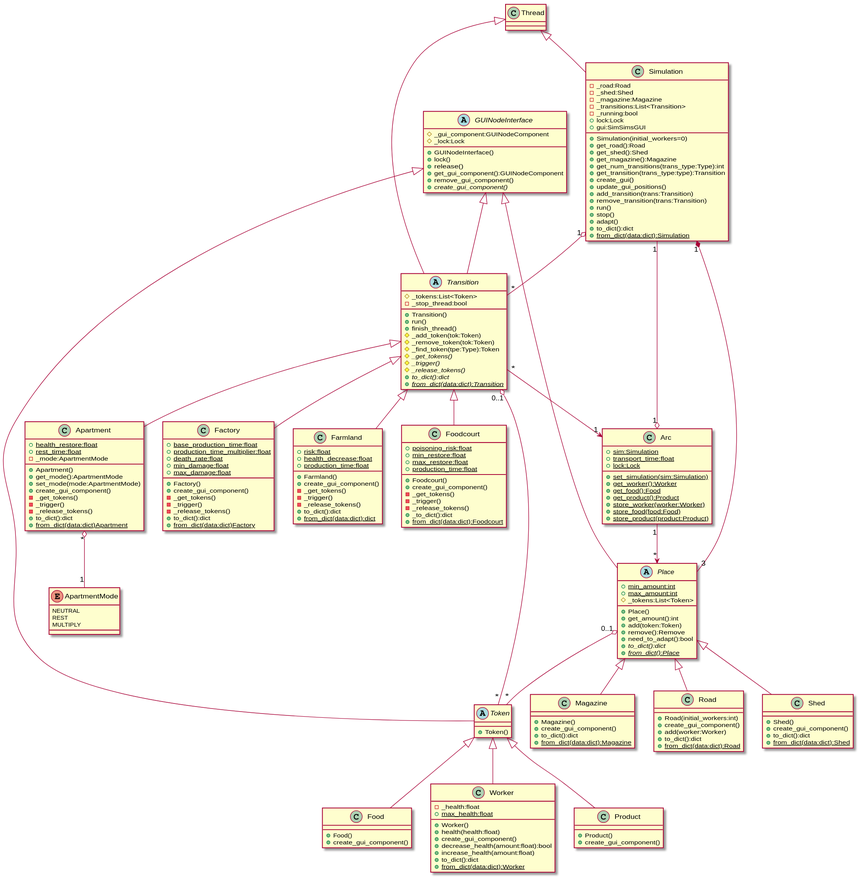
vigge93-BTH-courses/DV1582-Programmering-fortsattningskurs keeps this PlantUML diagram as OU3/UML/SimSimUML.svg. Above is the earlier version.
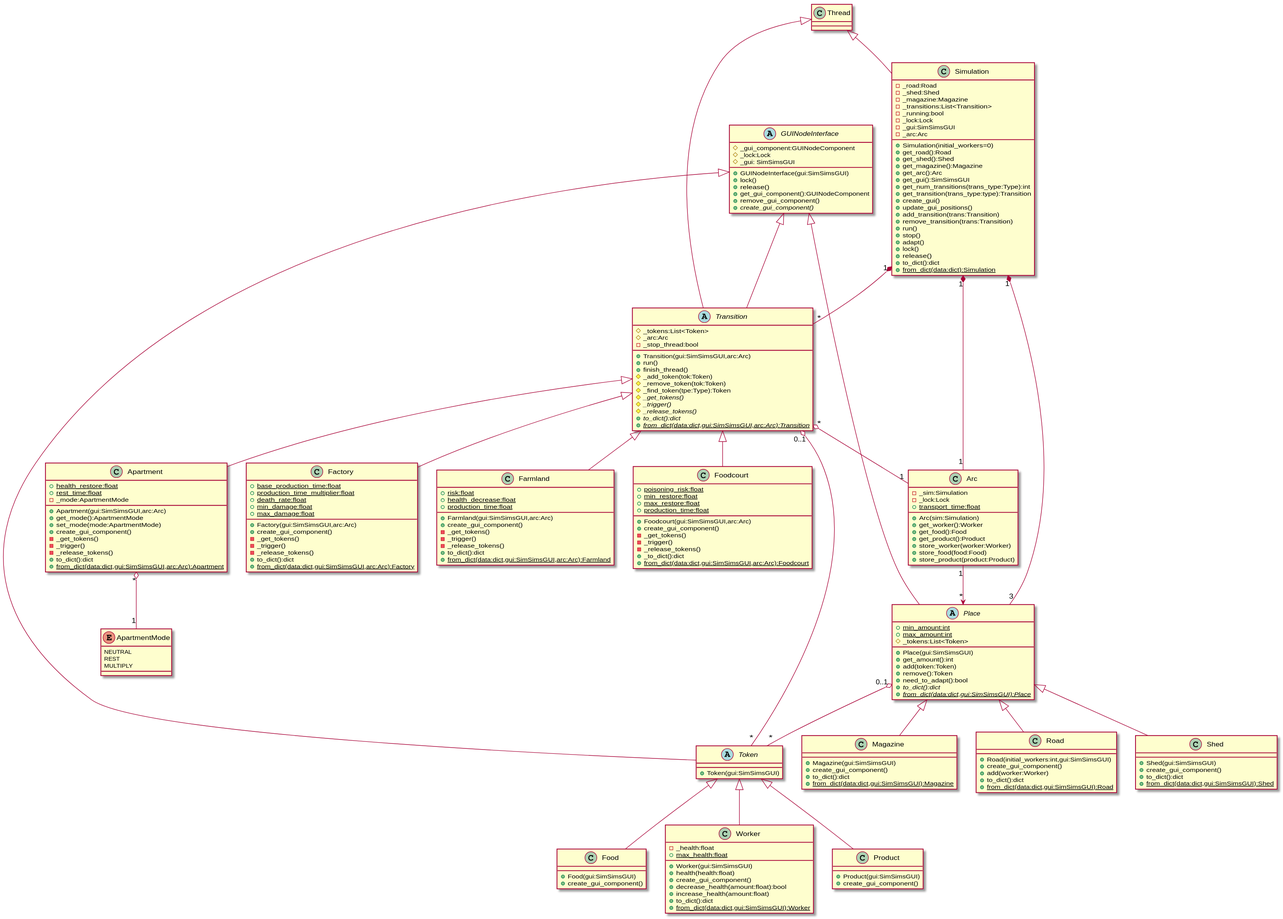
After the commit.

Commit message:
Made gui and arc non-static to allow multiple simulations at the same time

The edit, as a diff of the source:
```diff
@@ -27,12 +27,15 @@
 Simulation : - _magazine:Magazine
 Simulation : - _transitions:List<Transition>
 Simulation : - _running:bool
-Simulation : + lock:Lock
-Simulation : + gui:SimSimsGUI
+Simulation : - _lock:Lock
+Simulation : - _gui:SimSimsGUI
+Simulation : - _arc:Arc
 Simulation : + Simulation(initial_workers=0)
 Simulation : + get_road():Road
 Simulation : + get_shed():Shed
 Simulation : + get_magazine():Magazine
+Simulation : + get_arc():Arc
+Simulation : + get_gui():SimSimsGUI
 Simulation : + get_num_transitions(trans_type:Type):int
 Simulation : + get_transition(trans_type:type):Transition
 Simulation : + create_gui()
@@ -42,23 +45,26 @@
 Simulation : + run()
 Simulation : + stop()
 Simulation : + adapt()
+Simulation : + lock()
+Simulation : + release()
 Simulation : + to_dict():dict
 Simulation : {static} + from_dict(data:dict):Simulation
 
-Arc : {static} + sim:Simulation
+Arc : - _sim:Simulation
+Arc : - _lock:Lock
 Arc : {static} + transport_time:float
-Arc : {static} + lock:Lock
-Arc : {static} + set_simulation(sim:Simulation)
-Arc : {static} + get_worker():Worker
-Arc : {static} + get_food():Food
-Arc : {static} + get_product():Product
-Arc : {static} + store_worker(worker:Worker)
-Arc : {static} + store_food(food:Food)
-Arc : {static} + store_product(product:Product)
+Arc : + Arc(sim:Simulation)
+Arc : + get_worker():Worker
+Arc : + get_food():Food
+Arc : + get_product():Product
+Arc : + store_worker(worker:Worker)
+Arc : + store_food(food:Food)
+Arc : + store_product(product:Product)
 
 GUINodeInterface : # _gui_component:GUINodeComponent
 GUINodeInterface : # _lock:Lock
-GUINodeInterface : + GUINodeInterface()
+GUINodeInterface : # _gui: SimSimsGUI
+GUINodeInterface : + GUINodeInterface(gui:SimSimsGUI)
 GUINodeInterface : + lock()
 GUINodeInterface : + release()
 GUINodeInterface : + get_gui_component():GUINodeComponent
@@ -68,19 +74,20 @@
 Place : {static} + min_amount:int
 Place : {static} + max_amount:int
 Place : # _tokens:List<Token>
-Place : + Place()
+Place : + Place(gui:SimSimsGUI)
 Place : + get_amount():int
 Place : + add(token:Token)
-Place : + remove():Remove
+Place : + remove():Token
 Place : + need_to_adapt():bool
 Place : {abstract} + to_dict():dict
-Place : {abstract} {static} + from_dict():Place
+Place : {abstract} {static} + from_dict(data:dict,gui:SimSimsGUI):Place
 
-Token : + Token()
+Token : + Token(gui:SimSimsGUI)
 
 Transition : # _tokens:List<Token>
+Transition : # _arc:Arc
 Transition : - _stop_thread:bool
-Transition : + Transition()
+Transition : + Transition(gui:SimSimsGUI,arc:Arc)
 Transition : + run()
 Transition : + finish_thread()
 Transition : # _add_token(tok:Token)
@@ -90,27 +97,28 @@
 Transition : {abstract} # _trigger()
 Transition : {abstract} # _release_tokens()
 Transition : {abstract} + to_dict():dict
-Transition : {abstract} {static} + from_dict(data:dict):Transition
-Product : + Product()
+Transition : {abstract} {static} + from_dict(data:dict,gui:SimSimsGUI,arc:Arc):Transition
+
+Product : + Product(gui:SimSimsGUI)
 Product : + create_gui_component()
 
-Food : + Food()
+Food : + Food(gui:SimSimsGUI)
 Food : + create_gui_component()
 
 Worker : - _health:float
 Worker : {static} + max_health:float
-Worker : + Worker()
+Worker : + Worker(gui:SimSimsGUI)
 Worker : + health(health:float)
 Worker : + create_gui_component()
 Worker : + decrease_health(amount:float):bool
 Worker : + increase_health(amount:float)
 Worker : + to_dict():dict
-Worker : {static} + from_dict(data:dict):Worker
+Worker : {static} + from_dict(data:dict,gui:SimSimsGUI):Worker
 
 Apartment : {static} + health_restore:float
 Apartment : {static} + rest_time:float
 Apartment : - _mode:ApartmentMode
-Apartment : + Apartment()
+Apartment : + Apartment(gui:SimSimsGUI,arc:Arc)
 Apartment : + get_mode():ApartmentMode
 Apartment : + set_mode(mode:ApartmentMode)
 Apartment : + create_gui_component()
@@ -118,59 +126,59 @@
 Apartment : - _trigger()
 Apartment : - _release_tokens()
 Apartment : + to_dict():dict
-Apartment : {static} + from_dict(data:dict)Apartment
+Apartment : {static} + from_dict(data:dict,gui:SimSimsGUI,arc:Arc):Apartment
 
 Factory : {static} + base_production_time:float
 Factory : {static} + production_time_multiplier:float
 Factory : {static} + death_rate:float
 Factory : {static} + min_damage:float
 Factory : {static} + max_damage:float
-Factory : + Factory()
+Factory : + Factory(gui:SimSimsGUI,arc:Arc)
 Factory : + create_gui_component()
 Factory : - _get_tokens()
 Factory : - _trigger()
 Factory : - _release_tokens()
 Factory : + to_dict():dict
-Factory : {static} + from_dict(data:dict)Factory
+Factory : {static} + from_dict(data:dict,gui:SimSimsGUI,arc:Arc):Factory
 
 Farmland : {static} + risk:float
 Farmland : {static} + health_decrease:float
 Farmland : {static} + production_time:float
-Farmland : + Farmland()
+Farmland : + Farmland(gui:SimSimsGUI,arc:Arc)
 Farmland : + create_gui_component()
 Farmland : - _get_tokens()
 Farmland : - _trigger()
 Farmland : - _release_tokens()
 Farmland : + to_dict():dict
-Farmland : {static} + from_dict(data:dict):dict
+Farmland : {static} + from_dict(data:dict,gui:SimSimsGUI,arc:Arc):Farmland
 
 Foodcourt : {static} + poisoning_risk:float
 Foodcourt : {static} + min_restore:float
 Foodcourt : {static} + max_restore:float
 Foodcourt : {static} + production_time:float
-Foodcourt : + Foodcourt()
+Foodcourt : + Foodcourt(gui:SimSimsGUI,arc:Arc)
 Foodcourt : + create_gui_component()
 Foodcourt : - _get_tokens()
 Foodcourt : - _trigger()
 Foodcourt : - _release_tokens()
 Foodcourt : + _to_dict():dict
-Foodcourt : {static} + from_dict(data:dict):Foodcourt
+Foodcourt : {static} + from_dict(data:dict,gui:SimSimsGUI,arc:Arc):Foodcourt
 
-Shed : + Shed()
+Shed : + Shed(gui:SimSimsGUI)
 Shed : + create_gui_component()
 Shed : + to_dict():dict
-Shed : {static} + from_dict(data:dict):Shed
+Shed : {static} + from_dict(data:dict,gui:SimSimsGUI):Shed
 
-Magazine : + Magazine()
+Magazine : + Magazine(gui:SimSimsGUI)
 Magazine : + create_gui_component()
 Magazine : + to_dict():dict
-Magazine : {static} + from_dict(data:dict):Magazine
+Magazine : {static} + from_dict(data:dict,gui:SimSimsGUI):Magazine
 
-Road : + Road(initial_workers:int)
+Road : + Road(initial_workers:int,gui:SimSimsGUI)
 Road : + create_gui_component()
 Road : + add(worker:Worker)
 Road : + to_dict():dict
-Road : {static} + from_dict(data:dict):Road
+Road : {static} + from_dict(data:dict,gui:SimSimsGUI):Road
 
 Place <|-- Road
 Place <|-- Shed
@@ -194,13 +202,14 @@
 
 Apartment "*" o-- "1" ApartmentMode
 
-Simulation "1" o-- "*" Transition
+Simulation "1" *-- "*" Transition
 Simulation "1" *-- "3" Place
+Simulation "1" *-- "1" Arc
 
 Transition "0..1" o-- "*" Token
 Place "0..1" o-- "*" Token
 
-Arc "1" o-- "1" Simulation
+
 Arc "1" --> "*" Place
-Transition "*" --> "1" Arc
+Transition "*" o-- "1" Arc
 @enduml
```
